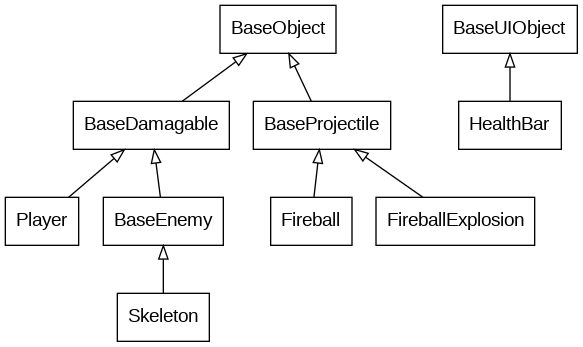
The Graphviz diagram inheritance.gv.png in lachfoy/2dgameABANDONED, before a commit. Its source is kept beside it as inheritance.gv.
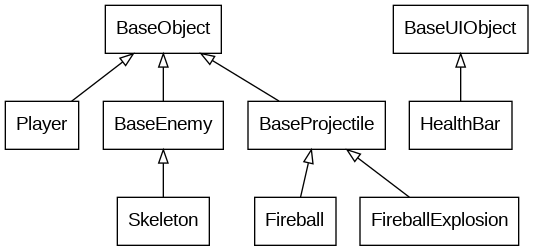
After the commit.

Commit message:
inheritance diagram reflects current structure

What changed in the source:
```diff
@@ -2,8 +2,7 @@
     node [shape=box fontname="Helvetica,Arial,sans-serif"]
     edge [dir=back arrowtail=empty]
 
-    BaseObject->{BaseDamagable, BaseProjectile}
-    BaseDamagable->{Player, BaseEnemy}
+    BaseObject->{Player, BaseEnemy, BaseProjectile}
     BaseProjectile->{Fireball, FireballExplosion}
     BaseEnemy->Skeleton
 
```
